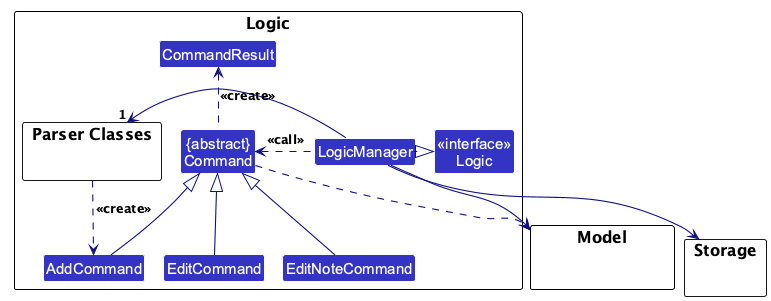
AY2627S1-CS2103T-F09-1/tp keeps this PlantUML diagram as docs/images/LogicClassDiagram.png. Above is the earlier version.
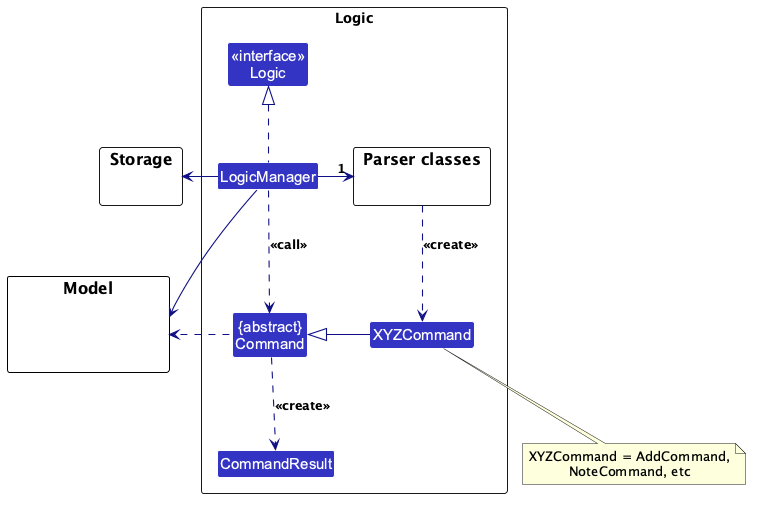
After the commit.

Commit message:
Simplify the Logic class diagram

Diff of the diagram source:
```diff
@@ -1,44 +1,41 @@
 @startuml
 !include style.puml
-!pragma layout smetana
 skinparam arrowThickness 1.1
 skinparam arrowColor LOGIC_COLOR_T4
 skinparam classBackgroundColor LOGIC_COLOR
 
 package Logic as LogicPackage {
 
-package "Parser Classes" as ParserClasses{
+package "Parser classes" as ParserClasses{
 }
-Class AddCommand
-Class EditCommand
-Class EditNoteCommand
-Class CommandResult
-Class "{abstract}\nCommand" as Command
-
-
 Class "<<interface>>\nLogic" as Logic
 Class LogicManager
+Class "{abstract}\nCommand" as Command
+Class XYZCommand
+Class CommandResult
+}
+
+package Storage {
 }
 
 package Model {
 Class HiddenModel #FFFFFF
 }
 
-package Storage {
-}
+LogicManager .up.|> Logic
+LogicManager -right-> "1" ParserClasses
+LogicManager -left-> Storage
+LogicManager --> Model
+Storage -[hidden]down- Model
+LogicManager .down.> Command : <<call>>
 
-LogicManager .right.|> Logic
-LogicManager -right->"1" ParserClasses
-ParserClasses ..> AddCommand : <<create>>
+ParserClasses .down.> XYZCommand : <<create>>
+XYZCommand -right-|> Command
+Command .left.> Model
+Command .down.> CommandResult : <<create>>
 
-AddCommand -up-|> Command
-EditCommand -up-|> Command
-EditNoteCommand -up-|> Command
-LogicManager .left.> Command : <<call>>
-
-LogicManager --> Model
-LogicManager --> Storage
-Command ..> Model
-
-Command .up.> CommandResult : <<create>>
+note bottom of XYZCommand
+XYZCommand = AddCommand,
+NoteCommand, etc
+end note
 @enduml
```
